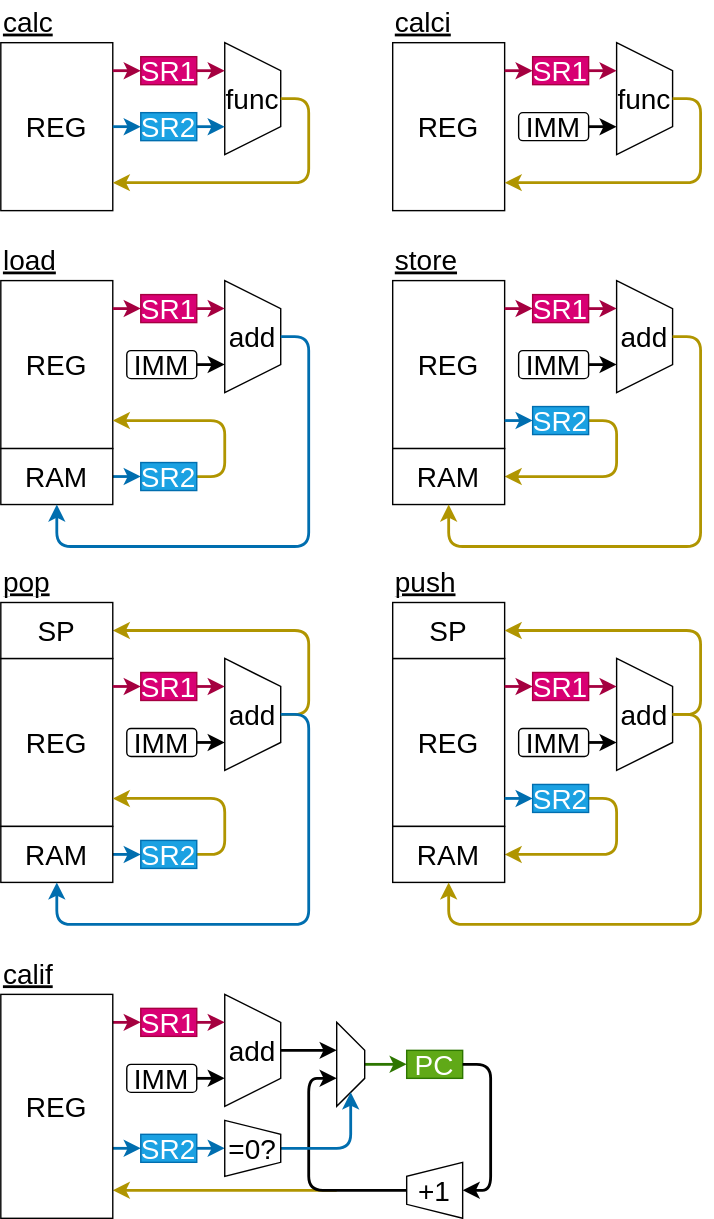
amane-uehara/kanade-k-1228.github.io keeps this draw.io diagram as Lab/Computer/RK16/01_Architecture/img/data_path.dio.svg. Above is the earlier version. Source tidied: cells renumbered, new cells last; positions are measured from the earlier drawing's top-left corner, leaving out a move shared by most shapes.
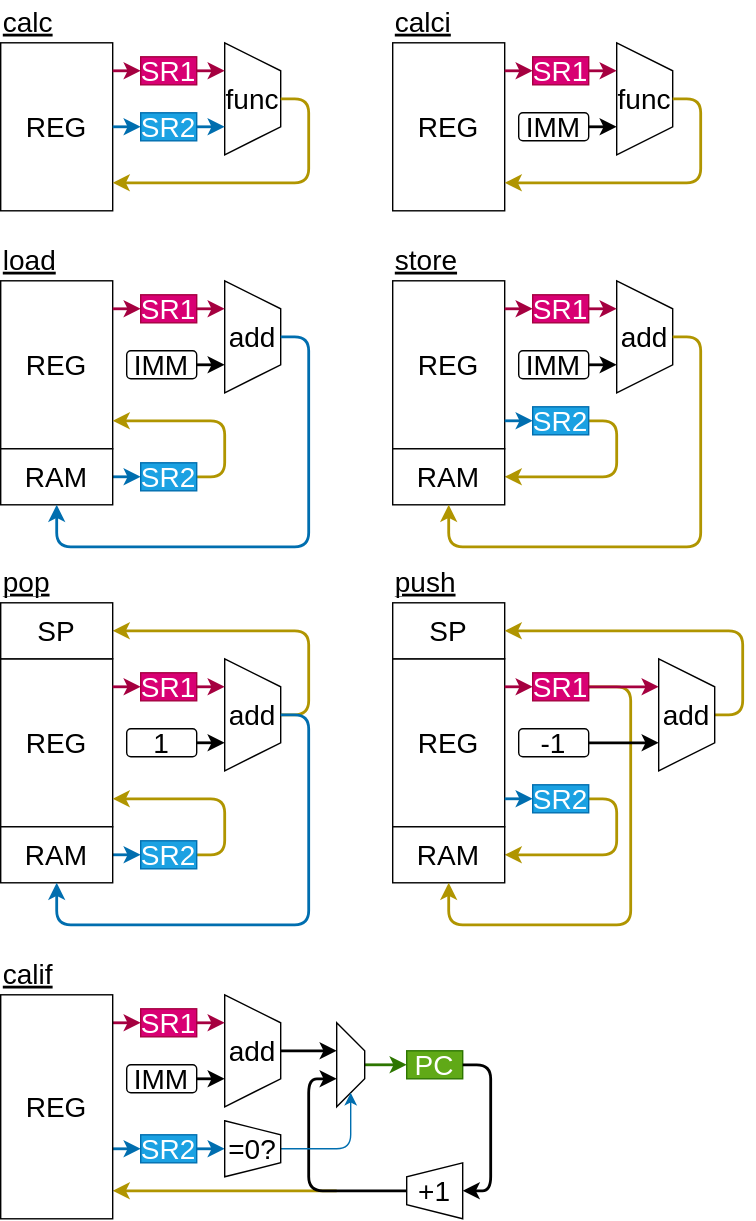
The same diagram one commit later.

Change to the diagram source:
```diff
@@ -262,7 +262,7 @@
     <mxCell id="52" style="shape=trapezoid;perimeter=trapezoidPerimeter;whiteSpace=wrap;html=1;fixedSize=1;fontSize=20;direction=south;fontFamily=Helvetica;" parent="1" vertex="1">
       <mxGeometry x="240" y="730" width="20" height="60" as="geometry" />
     </mxCell>
-    <mxCell id="53" style="endArrow=classic;html=1;fontSize=20;fontFamily=Helvetica;fillColor=#1ba1e2;strokeColor=#006EAF;strokeWidth=2;" parent="1" edge="1">
+    <mxCell id="53" style="endArrow=classic;html=1;fontSize=20;fontFamily=Helvetica;fillColor=#1ba1e2;strokeColor=#006EAF;strokeWidth=1;" parent="1" edge="1">
       <mxGeometry relative="1" as="geometry">
         <mxPoint x="200" y="820" as="sourcePoint" />
         <mxPoint x="250" y="780" as="targetPoint" />
@@ -400,7 +400,7 @@
         <mxPoint x="160" y="530" as="targetPoint" />
       </mxGeometry>
     </mxCell>
-    <mxCell id="79" value="IMM" style="rounded=1;whiteSpace=wrap;html=1;fontFamily=Helvetica;fontSize=20;fontColor=default;align=center;strokeColor=default;fillColor=default;" parent="1" vertex="1">
+    <mxCell id="79" value="1" style="rounded=1;whiteSpace=wrap;html=1;fontFamily=Helvetica;fontSize=20;fontColor=default;align=center;strokeColor=default;fillColor=default;" parent="1" vertex="1">
       <mxGeometry x="90" y="520" width="50" height="20" as="geometry" />
     </mxCell>
     <mxCell id="80" value="SR1" style="rounded=0;whiteSpace=wrap;html=1;fontSize=20;fontFamily=Helvetica;verticalAlign=middle;fillColor=#d80073;fontColor=#ffffff;strokeColor=#A50040;" parent="1" vertex="1">
@@ -431,16 +431,13 @@
     <mxCell id="85" value="RAM" style="rounded=0;whiteSpace=wrap;html=1;fontSize=20;fontFamily=Helvetica;" parent="1" vertex="1">
       <mxGeometry x="280" y="590" width="80" height="40" as="geometry" />
     </mxCell>
-    <mxCell id="86" value="add" style="shape=trapezoid;perimeter=trapezoidPerimeter;whiteSpace=wrap;html=1;fixedSize=1;fontSize=20;direction=south;fontFamily=Helvetica;" parent="1" vertex="1">
-      <mxGeometry x="440" y="470" width="40" height="80" as="geometry" />
-    </mxCell>
     <mxCell id="87" style="endArrow=classic;html=1;fontSize=20;fontFamily=Helvetica;fillColor=#e3c800;strokeColor=#B09500;strokeWidth=2;" parent="1" edge="1">
       <mxGeometry relative="1" as="geometry">
-        <mxPoint x="480" y="510" as="sourcePoint" />
+        <mxPoint x="420" y="490" as="sourcePoint" />
         <mxPoint x="320" y="630" as="targetPoint" />
         <Array as="points">
-          <mxPoint x="500" y="510" />
-          <mxPoint x="500" y="660" />
+          <mxPoint x="450" y="490" />
+          <mxPoint x="450" y="660" />
           <mxPoint x="320" y="660" />
         </Array>
       </mxGeometry>
@@ -454,16 +451,16 @@
     <mxCell id="89" style="endArrow=classic;html=1;fontSize=20;fontFamily=Helvetica;strokeWidth=2;fillColor=#d80073;strokeColor=#A50040;" parent="1" edge="1">
       <mxGeometry relative="1" as="geometry">
         <mxPoint x="420" y="490" as="sourcePoint" />
-        <mxPoint x="440" y="490" as="targetPoint" />
+        <mxPoint x="470" y="490" as="targetPoint" />
       </mxGeometry>
     </mxCell>
     <mxCell id="90" style="endArrow=classic;html=1;fontSize=20;fontFamily=Helvetica;strokeWidth=2;" parent="1" edge="1">
       <mxGeometry relative="1" as="geometry">
         <mxPoint x="420" y="530" as="sourcePoint" />
-        <mxPoint x="440" y="530" as="targetPoint" />
+        <mxPoint x="470" y="530" as="targetPoint" />
       </mxGeometry>
     </mxCell>
-    <mxCell id="91" value="IMM" style="rounded=1;whiteSpace=wrap;html=1;fontFamily=Helvetica;fontSize=20;fontColor=default;align=center;strokeColor=default;fillColor=default;" parent="1" vertex="1">
+    <mxCell id="91" value="-1" style="rounded=1;whiteSpace=wrap;html=1;fontFamily=Helvetica;fontSize=20;fontColor=default;align=center;strokeColor=default;fillColor=default;" parent="1" vertex="1">
       <mxGeometry x="370" y="520" width="50" height="20" as="geometry" />
     </mxCell>
     <mxCell id="92" value="SR1" style="rounded=0;whiteSpace=wrap;html=1;fontSize=20;fontFamily=Helvetica;verticalAlign=middle;fillColor=#d80073;fontColor=#ffffff;strokeColor=#A50040;" parent="1" vertex="1">
@@ -483,13 +480,16 @@
     </mxCell>
     <mxCell id="97" style="endArrow=classic;html=1;fontSize=20;fontFamily=Helvetica;strokeWidth=2;fillColor=#e3c800;strokeColor=#B09500;" parent="1" edge="1">
       <mxGeometry relative="1" as="geometry">
-        <mxPoint x="480" y="510" as="sourcePoint" />
+        <mxPoint x="510" y="510" as="sourcePoint" />
         <mxPoint x="360" y="450" as="targetPoint" />
         <Array as="points">
-          <mxPoint x="500" y="510" />
-          <mxPoint x="500" y="450" />
+          <mxPoint x="530" y="510" />
+          <mxPoint x="530" y="450" />
         </Array>
       </mxGeometry>
     </mxCell>
+    <mxCell id="86" value="add" style="shape=trapezoid;perimeter=trapezoidPerimeter;whiteSpace=wrap;html=1;fixedSize=1;fontSize=20;direction=south;fontFamily=Helvetica;" parent="1" vertex="1">
+      <mxGeometry x="470" y="470" width="40" height="80" as="geometry" />
+    </mxCell>
   </root>
 </mxGraphModel>
```
